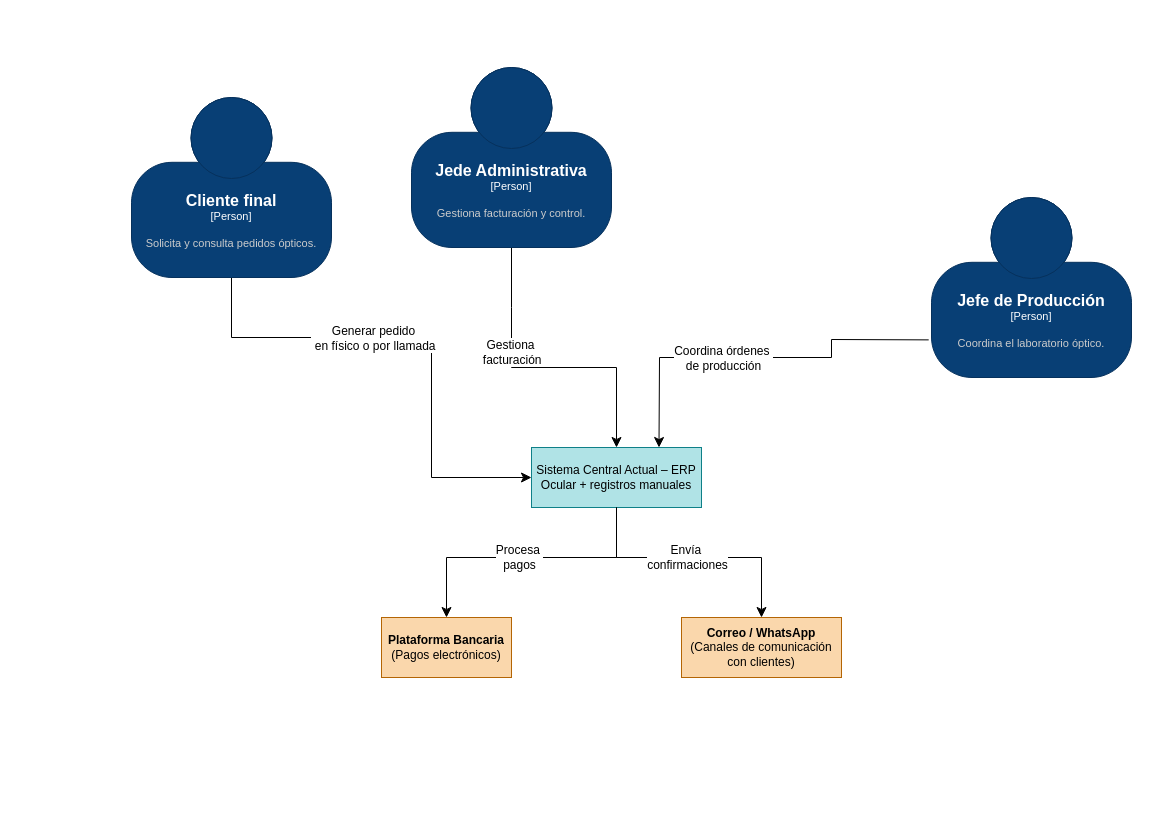
Before: entrega/c1-contexto-final.drawio in ValentinaRodRo/taller-03-arquitectura-c4, a draw.io diagram. Source tidied: cells renumbered, new cells numbered last; positions are measured from the earlier drawing's top-left corner, leaving out a move shared by most shapes. Both pictures are drawn from the tidied source at 100%, with x=0, y=0 at pixel (131, 67).
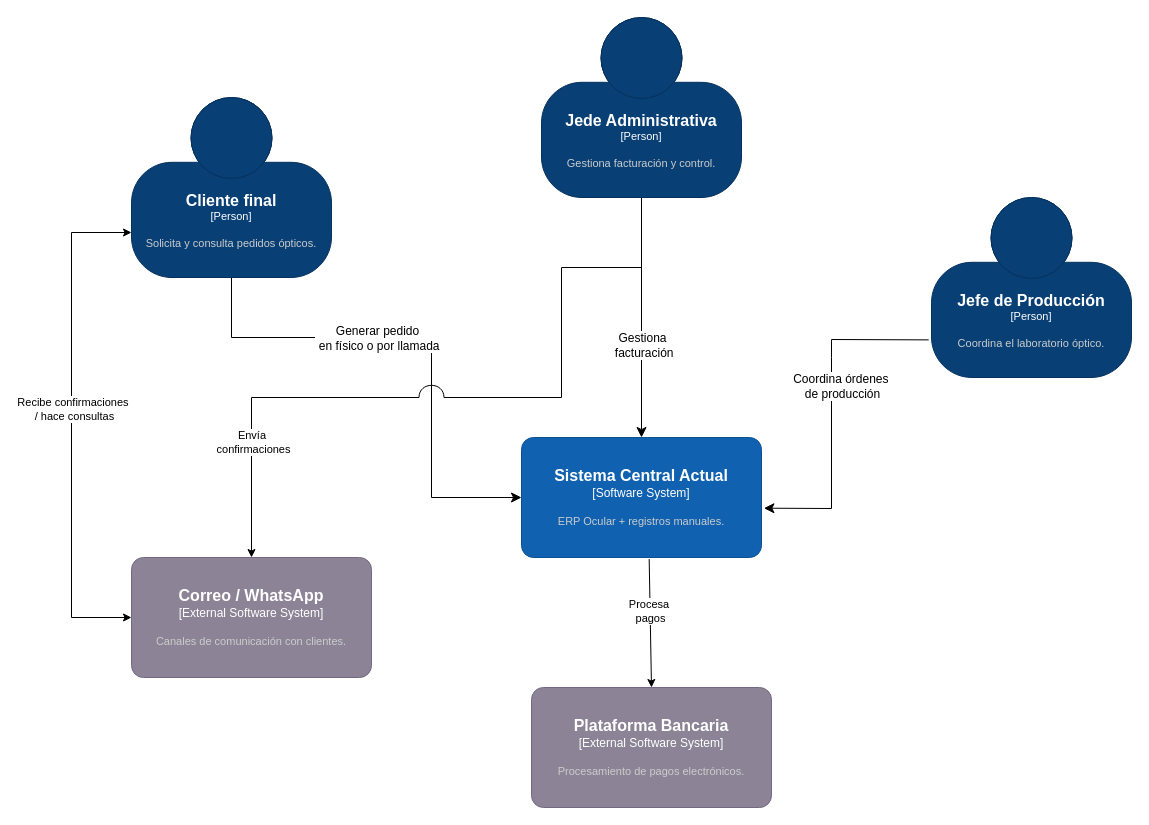
Above is the later version.

Commit message (it also covers changes not shown here):
Actualización diagramas

Unchanged cells that the change refers to:
```xml
<object id="15" label="&lt;font style=&quot;font-size: 16px&quot;&gt;&lt;b&gt;%c4Name%&lt;/b&gt;&lt;/font&gt;&lt;div&gt;[%c4Type%]&lt;/div&gt;&lt;br&gt;&lt;div&gt;&lt;font style=&quot;font-size: 11px&quot;&gt;&lt;font color=&quot;#cccccc&quot;&gt;%c4Description%&lt;/font&gt;&lt;/div&gt;" c4Description="Coordina el laboratorio óptico." c4Name="Jefe de Producción" c4Type="Person" placeholders="1">
  <mxCell style="html=1;fontSize=11;dashed=0;whiteSpace=wrap;fillColor=#083F75;strokeColor=#06315C;fontColor=#ffffff;shape=mxgraph.c4.person2;align=center;points=[[0.5,0,0],[1,0.5,0],[1,0.75,0],[0.75,1,0],[0.5,1,0],[0.25,1,0],[0,0.75,0],[0,0.5,0]];" parent="1" vertex="1">
    <mxGeometry x="800" y="130" width="200" height="180" as="geometry" />
  </mxCell>
</object>
<object id="17" label="&lt;font style=&quot;font-size: 16px&quot;&gt;&lt;b&gt;%c4Name%&lt;/b&gt;&lt;/font&gt;&lt;div&gt;[%c4Type%]&lt;/div&gt;&lt;br&gt;&lt;div&gt;&lt;font style=&quot;font-size: 11px&quot;&gt;&lt;font color=&quot;#cccccc&quot;&gt;%c4Description%&lt;/font&gt;&lt;/div&gt;" c4Description="Solicita y consulta pedidos ópticos." c4Name="Cliente final" c4Type="Person" placeholders="1">
  <mxCell style="html=1;fontSize=11;dashed=0;whiteSpace=wrap;fillColor=#083F75;strokeColor=#06315C;fontColor=#ffffff;shape=mxgraph.c4.person2;align=center;points=[[0.5,0,0],[1,0.5,0],[1,0.75,0],[0.75,1,0],[0.5,1,0],[0.25,1,0],[0,0.75,0],[0,0.5,0]];" parent="1" vertex="1">
    <mxGeometry y="30" width="200" height="180" as="geometry" />
  </mxCell>
</object>
```

Diff of the diagram source:
```diff
@@
-    <mxCell id="2" style="edgeStyle=none;curved=0;rounded=0;jettySize=auto;html=1;fontSize=12;startSize=8;endSize=8;exitX=0.5;exitY=1;exitDx=0;exitDy=0;exitPerimeter=0;" parent="1" edge="1" source="16" target="4">
-      <mxGeometry relative="1" as="geometry">
-        <Array as="points">
-          <mxPoint x="380" y="240" />
-          <mxPoint x="380" y="300" />
-          <mxPoint x="485" y="300" />
-        </Array>
-      </mxGeometry>
+    <mxCell id="2" style="edgeStyle=none;curved=0;rounded=0;jettySize=auto;html=1;fontSize=12;startSize=8;endSize=8;exitX=0.5;exitY=1;exitDx=0;exitDy=0;exitPerimeter=0;entryX=0.5;entryY=0;entryDx=0;entryDy=0;entryPerimeter=0;" parent="1" edge="1" source="16" target="18">
+      <mxGeometry relative="1" as="geometry" />
     </mxCell>
     <mxCell id="3" value="Gestiona&lt;div&gt;&amp;nbsp;facturación&lt;/div&gt;" style="edgeLabel;html=1;align=center;verticalAlign=middle;fontSize=12;" parent="2" vertex="1">
-      <mxGeometry x="-0.32" y="-2" relative="1" as="geometry" />
+      <mxGeometry x="-0.32" y="-2" relative="1" as="geometry">
+        <mxPoint x="2" y="65" as="offset" />
+      </mxGeometry>
     </mxCell>
-    <mxCell id="4" value="Sistema Central Actual – ERP Ocular + registros manuales" style="rounded=0;whiteSpace=wrap;html=1;fillColor=#b0e3e6;strokeColor=#0e8088;" parent="1" vertex="1">
-      <mxGeometry x="400" y="380" width="170" height="60" as="geometry" />
-    </mxCell>
-    <mxCell id="5" style="endArrow=classic;html=1;rounded=0;fontSize=12;startSize=8;endSize=8;curved=0;entryX=0;entryY=0.5;entryDx=0;entryDy=0;exitX=0.5;exitY=1;exitDx=0;exitDy=0;exitPerimeter=0;" parent="1" edge="1" source="17" target="4">
+    <mxCell id="5" style="endArrow=classic;html=1;rounded=0;fontSize=12;startSize=8;endSize=8;curved=0;entryX=0;entryY=0.5;entryDx=0;entryDy=0;exitX=0.5;exitY=1;exitDx=0;exitDy=0;exitPerimeter=0;entryPerimeter=0;" parent="1" edge="1" source="17" target="18">
       <mxGeometry relative="1" as="geometry">
         <Array as="points">
           <mxPoint x="100" y="270" />
           <mxPoint x="300" y="270" />
           <mxPoint x="300" y="280" />
-          <mxPoint x="300" y="410" />
+          <mxPoint x="300" y="430" />
         </Array>
       </mxGeometry>
     </mxCell>
@@
-    <mxCell id="7" style="endArrow=classic;html=1;rounded=0;fontSize=12;startSize=8;endSize=8;curved=0;entryX=0.75;entryY=0;entryDx=0;entryDy=0;exitX=-0.014;exitY=0.791;exitDx=0;exitDy=0;exitPerimeter=0;" parent="1" edge="1" source="15" target="4">
+    <mxCell id="7" style="endArrow=classic;html=1;rounded=0;fontSize=12;startSize=8;endSize=8;curved=0;entryX=1.01;entryY=0.589;entryDx=0;entryDy=0;exitX=-0.014;exitY=0.791;exitDx=0;exitDy=0;exitPerimeter=0;entryPerimeter=0;" parent="1" edge="1" source="15" target="18">
       <mxGeometry relative="1" as="geometry">
         <Array as="points">
           <mxPoint x="700" y="272" />
           <mxPoint x="700" y="290" />
-          <mxPoint x="528" y="290" />
+          <mxPoint x="700" y="441" />
         </Array>
       </mxGeometry>
     </mxCell>
     <mxCell id="8" value="Coordina órdenes&amp;nbsp;&lt;div&gt;de producción&lt;/div&gt;" style="edgeLabel;html=1;align=center;verticalAlign=middle;fontSize=12;" parent="7" vertex="1">
-      <mxGeometry x="0.19" relative="1" as="geometry" />
+      <mxGeometry x="0.19" relative="1" as="geometry">
+        <mxPoint x="10" y="-55" as="offset" />
+      </mxGeometry>
     </mxCell>
-    <mxCell id="9" value="&lt;strong&gt;Correo / WhatsApp&lt;/strong&gt; (Canales de comunicación con clientes)" style="rounded=0;whiteSpace=wrap;html=1;fillColor=#fad7ac;strokeColor=#b46504;" parent="1" vertex="1">
-      <mxGeometry x="550" y="550" width="160" height="60" as="geometry" />
-    </mxCell>
-    <mxCell id="10" value="&lt;strong&gt;Plataforma Bancaria&lt;/strong&gt; (Pagos electrónicos)" style="rounded=0;whiteSpace=wrap;html=1;fillColor=#fad7ac;strokeColor=#b46504;" parent="1" vertex="1">
-      <mxGeometry x="250" y="550" width="130" height="60" as="geometry" />
-    </mxCell>
-    <mxCell id="11" style="endArrow=classic;html=1;rounded=0;fontSize=12;startSize=8;endSize=8;curved=0;exitX=0.5;exitY=1;exitDx=0;exitDy=0;entryX=0.5;entryY=0;entryDx=0;entryDy=0;" parent="1" edge="1" source="4" target="10">
-      <mxGeometry relative="1" as="geometry">
-        <Array as="points">
-          <mxPoint x="485" y="490" />
-          <mxPoint x="315" y="490" />
-        </Array>
-      </mxGeometry>
-    </mxCell>
-    <mxCell id="12" value="Procesa&amp;nbsp;&lt;div&gt;pagos&lt;/div&gt;" style="edgeLabel;html=1;align=center;verticalAlign=middle;fontSize=12;" parent="11" vertex="1">
-      <mxGeometry x="0.06" y="-1" relative="1" as="geometry" />
-    </mxCell>
-    <mxCell id="13" style="endArrow=classic;html=1;rounded=0;fontSize=12;startSize=8;endSize=8;curved=0;exitX=0.5;exitY=1;exitDx=0;exitDy=0;entryX=0.5;entryY=0;entryDx=0;entryDy=0;" parent="1" edge="1" source="4" target="9">
-      <mxGeometry relative="1" as="geometry">
-        <Array as="points">
-          <mxPoint x="485" y="490" />
-          <mxPoint x="630" y="490" />
-        </Array>
-      </mxGeometry>
-    </mxCell>
-    <mxCell id="14" value="Envía&amp;nbsp;&lt;div&gt;confirmaciones&lt;/div&gt;" style="edgeLabel;html=1;align=center;verticalAlign=middle;fontSize=12;" parent="13" vertex="1">
-      <mxGeometry x="-0.06" y="1" relative="1" as="geometry" />
-    </mxCell>
@@
     <object id="16" label="&lt;font style=&quot;font-size: 16px&quot;&gt;&lt;b&gt;%c4Name%&lt;/b&gt;&lt;/font&gt;&lt;div&gt;[%c4Type%]&lt;/div&gt;&lt;br&gt;&lt;div&gt;&lt;font style=&quot;font-size: 11px&quot;&gt;&lt;font color=&quot;#cccccc&quot;&gt;%c4Description%&lt;/font&gt;&lt;/div&gt;" c4Description="Gestiona facturación y control." c4Name="Jede Administrativa" c4Type="Person" placeholders="1">
       <mxCell style="html=1;fontSize=11;dashed=0;whiteSpace=wrap;fillColor=#083F75;strokeColor=#06315C;fontColor=#ffffff;shape=mxgraph.c4.person2;align=center;points=[[0.5,0,0],[1,0.5,0],[1,0.75,0],[0.75,1,0],[0.5,1,0],[0.25,1,0],[0,0.75,0],[0,0.5,0]];" parent="1" vertex="1">
-        <mxGeometry x="280" width="200" height="180" as="geometry" />
+        <mxGeometry x="410" y="-50" width="200" height="180" as="geometry" />
       </mxCell>
     </object>
@@
+    <object id="18" label="&lt;font style=&quot;font-size: 16px&quot;&gt;&lt;b&gt;%c4Name%&lt;/b&gt;&lt;/font&gt;&lt;div&gt;[%c4Type%]&lt;/div&gt;&lt;br&gt;&lt;div&gt;&lt;font style=&quot;font-size: 11px&quot;&gt;&lt;font color=&quot;#cccccc&quot;&gt;%c4Description%&lt;/font&gt;&lt;/div&gt;" c4Description="ERP Ocular + registros manuales." c4Name="Sistema Central Actual" c4Type="Software System" placeholders="1">
+      <mxCell style="rounded=1;whiteSpace=wrap;html=1;labelBackgroundColor=none;fillColor=#1061B0;fontColor=#ffffff;align=center;arcSize=10;strokeColor=#0D5091;points=[[0.25,0,0],[0.5,0,0],[0.75,0,0],[1,0.25,0],[1,0.5,0],[1,0.75,0],[0.75,1,0],[0.5,1,0],[0.25,1,0],[0,0.75,0],[0,0.5,0],[0,0.25,0]];" parent="1" vertex="1">
+        <mxGeometry x="390" y="370" width="240" height="120" as="geometry" />
+      </mxCell>
+    </object>
+    <object id="19" label="&lt;font style=&quot;font-size: 16px&quot;&gt;&lt;b&gt;%c4Name%&lt;/b&gt;&lt;/font&gt;&lt;div&gt;[%c4Type%]&lt;/div&gt;&lt;br&gt;&lt;div&gt;&lt;font style=&quot;font-size: 11px&quot;&gt;&lt;font color=&quot;#cccccc&quot;&gt;%c4Description%&lt;/font&gt;&lt;/div&gt;" c4Description="Canales de comunicación con clientes." c4Name="Correo / WhatsApp" c4Type="External Software System" placeholders="1">
+      <mxCell style="rounded=1;whiteSpace=wrap;html=1;labelBackgroundColor=none;fillColor=#8C8496;fontColor=#ffffff;align=center;arcSize=10;strokeColor=#736782;points=[[0.25,0,0],[0.5,0,0],[0.75,0,0],[1,0.25,0],[1,0.5,0],[1,0.75,0],[0.75,1,0],[0.5,1,0],[0.25,1,0],[0,0.75,0],[0,0.5,0],[0,0.25,0]];" parent="1" vertex="1">
+        <mxGeometry y="490" width="240" height="120" as="geometry" />
+      </mxCell>
+    </object>
+    <object id="20" label="&lt;font style=&quot;font-size: 16px&quot;&gt;&lt;b&gt;%c4Name%&lt;/b&gt;&lt;/font&gt;&lt;div&gt;[%c4Type%]&lt;/div&gt;&lt;br&gt;&lt;div&gt;&lt;font style=&quot;font-size: 11px&quot;&gt;&lt;font color=&quot;#cccccc&quot;&gt;%c4Description%&lt;/font&gt;&lt;/div&gt;" c4Description="Procesamiento de pagos electrónicos." c4Name="Plataforma Bancaria" c4Type="External Software System" placeholders="1">
+      <mxCell style="rounded=1;whiteSpace=wrap;html=1;labelBackgroundColor=none;fillColor=#8C8496;fontColor=#ffffff;align=center;arcSize=10;strokeColor=#736782;points=[[0.25,0,0],[0.5,0,0],[0.75,0,0],[1,0.25,0],[1,0.5,0],[1,0.75,0],[0.75,1,0],[0.5,1,0],[0.25,1,0],[0,0.75,0],[0,0.5,0],[0,0.25,0]];" parent="1" vertex="1">
+        <mxGeometry x="400" y="620" width="240" height="120" as="geometry" />
+      </mxCell>
+    </object>
+    <mxCell id="21" style="endArrow=classic;html=1;rounded=0;exitX=0.532;exitY=1.013;exitDx=0;exitDy=0;exitPerimeter=0;entryX=0.5;entryY=0;entryDx=0;entryDy=0;entryPerimeter=0;" parent="1" edge="1" source="18" target="20">
+      <mxGeometry relative="1" as="geometry" />
+    </mxCell>
+    <mxCell id="12" value="Procesa&amp;nbsp;&lt;div&gt;pagos&lt;/div&gt;" style="edgeLabel;html=1;align=center;verticalAlign=middle;" parent="21" vertex="1">
+      <mxGeometry x="-0.19" relative="1" as="geometry" />
+    </mxCell>
+    <mxCell id="22" style="endArrow=classic;html=1;rounded=0;entryX=0.5;entryY=0;entryDx=0;entryDy=0;entryPerimeter=0;jumpStyle=arc;jumpSize=25;" parent="1" edge="1" target="19">
+      <mxGeometry relative="1" as="geometry">
+        <mxPoint x="510" y="200" as="sourcePoint" />
+        <Array as="points">
+          <mxPoint x="430" y="200" />
+          <mxPoint x="430" y="330" />
+          <mxPoint x="260" y="330" />
+          <mxPoint x="120" y="330" />
+        </Array>
+      </mxGeometry>
+    </mxCell>
+    <mxCell id="14" value="Envía&amp;nbsp;&lt;div&gt;confirmaciones&lt;/div&gt;" style="edgeLabel;html=1;align=center;verticalAlign=middle;" parent="22" vertex="1">
+      <mxGeometry x="0.66" y="1" relative="1" as="geometry" />
+    </mxCell>
+    <mxCell id="23" style="endArrow=classic;startArrow=classic;html=1;rounded=0;exitX=0;exitY=0.5;exitDx=0;exitDy=0;exitPerimeter=0;entryX=0;entryY=0.75;entryDx=0;entryDy=0;entryPerimeter=0;" parent="1" edge="1" source="19" target="17">
+      <mxGeometry relative="1" as="geometry">
+        <Array as="points">
+          <mxPoint x="-60" y="550" />
+          <mxPoint x="-60" y="165" />
+        </Array>
+      </mxGeometry>
+    </mxCell>
+    <mxCell id="24" value="Recibe confirmaciones&amp;nbsp;&lt;div&gt;/ hace consultas&lt;/div&gt;" style="edgeLabel;html=1;align=center;verticalAlign=middle;" parent="23" vertex="1">
+      <mxGeometry x="0.07" y="-2" relative="1" as="geometry">
+        <mxPoint y="1" as="offset" />
+      </mxGeometry>
+    </mxCell>
```
